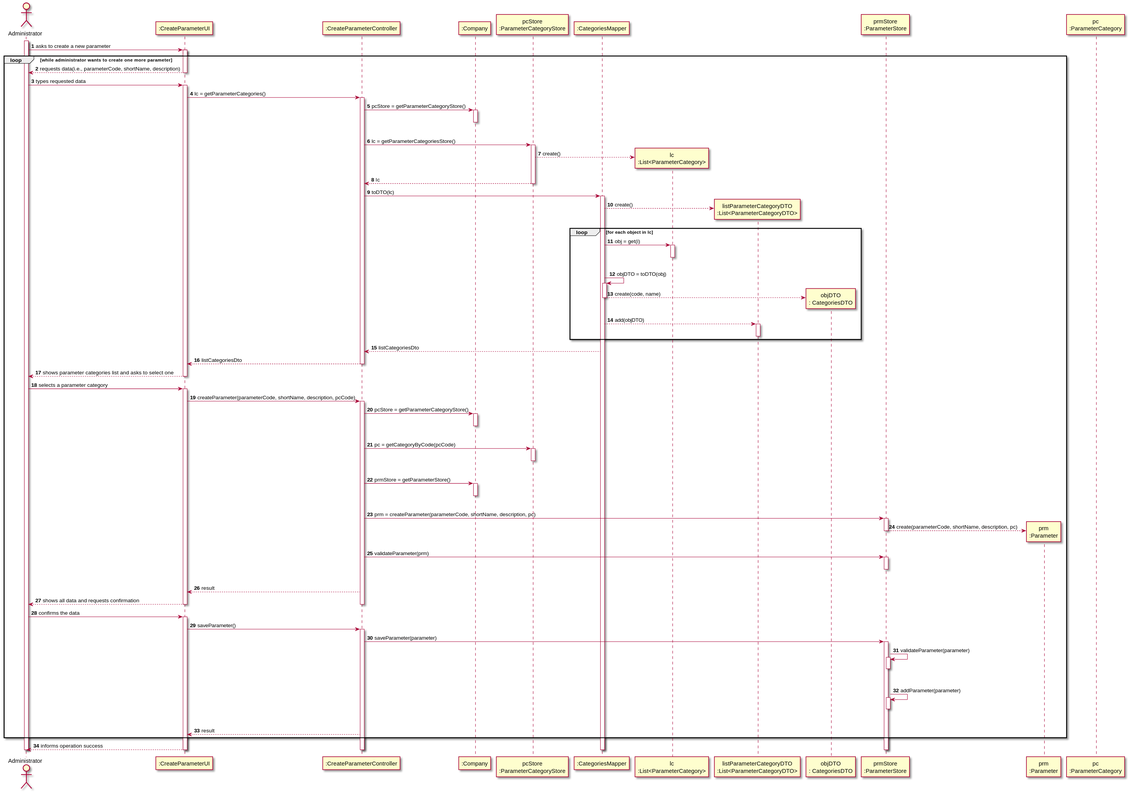
This is docs/SprintB/US_10/US010_SD.svg from ana-albergaria/LAPR2-ISEP, a PlantUML export, as it was before one commit.
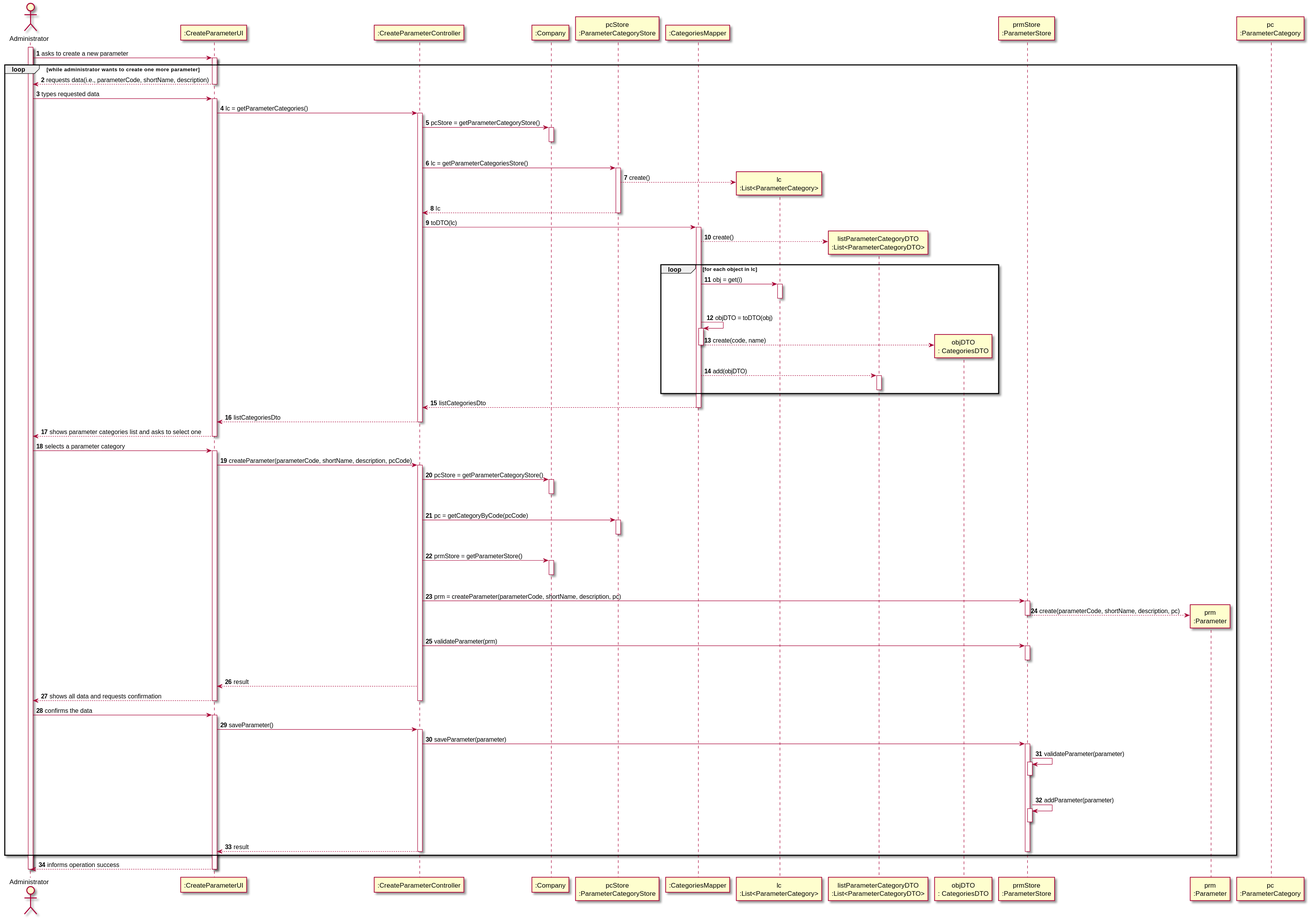
The same diagram one commit later.

Commit message:
Corrected some "deactivate" errors in US10 SD.

The edit, as a diff of the source:
```diff
@@ -62,6 +62,7 @@
 end
 
 PCMAPPER --> CTRL : listCategoriesDto
+deactivate PCMAPPER
 CTRL --> UI : listCategoriesDto
 
 deactivate CTRL
@@ -125,11 +126,11 @@
 deactivate PRMSTORE
 
 CTRL --> UI: result
+deactivate PRMSTORE
+deactivate CTRL
 end
 
 UI --> ADM : informs operation success
-deactivate PCMAPPER
-deactivate PRMSTORE
 deactivate CTRL
 deactivate UI
 
```
